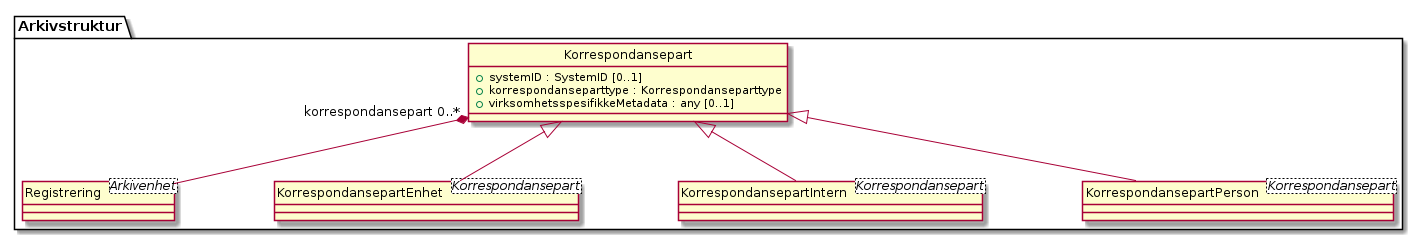
This is kapitler/media/uml-class-korrespondansepart.png from arkivverket/noark5-tjenestegrensesnitt-standard, a PlantUML export, as it was before one commit.
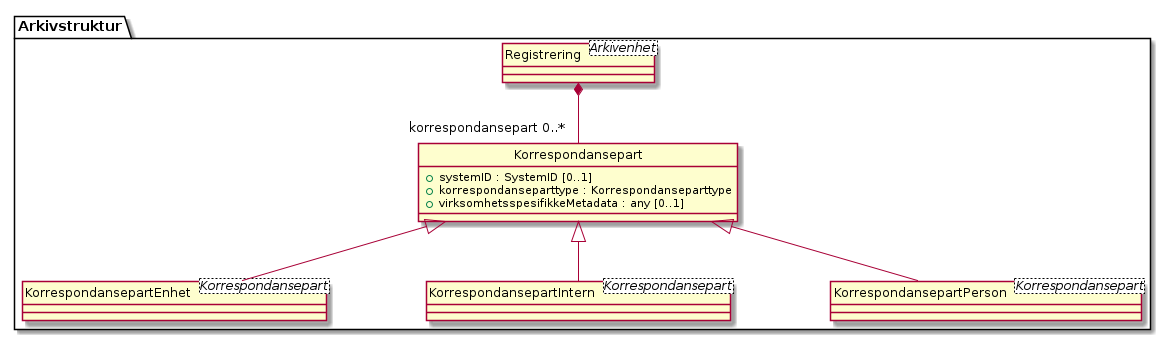
After the change.

Change to the diagram source:
```diff
@@ -6,9 +6,6 @@
   +korrespondanseparttype : Korrespondanseparttype
   +virksomhetsspesifikkeMetadata : any [0..1]
 }
-class Arkivstruktur.Registrering <Arkivenhet> {
-}
-Arkivstruktur.Korrespondansepart "korrespondansepart 0..*" *-- Arkivstruktur.Registrering
 class Arkivstruktur.KorrespondansepartEnhet <Korrespondansepart> {
 }
 Arkivstruktur.Korrespondansepart <|-- Arkivstruktur.KorrespondansepartEnhet
@@ -18,4 +15,7 @@
 class Arkivstruktur.KorrespondansepartPerson <Korrespondansepart> {
 }
 Arkivstruktur.Korrespondansepart <|-- Arkivstruktur.KorrespondansepartPerson
+class Arkivstruktur.Registrering <Arkivenhet> {
+}
+Arkivstruktur.Registrering *-- "korrespondansepart 0..*" Arkivstruktur.Korrespondansepart
 @enduml
```
